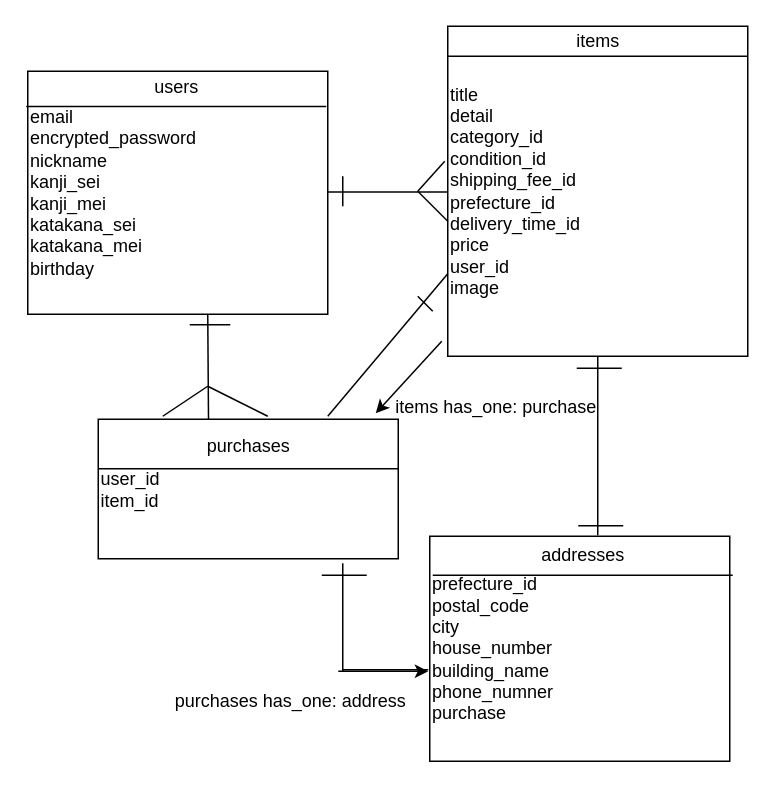
This is furima.dio from Rei-A-38/furima-33026, a draw.io file, before an edit. Source tidied: cells renumbered, new cells numbered last; positions are measured from the earlier drawing's top-left corner, leaving out a move shared by most shapes. Both pictures are drawn from the tidied source at 150%, with x=0, y=0 at pixel (26, 26).
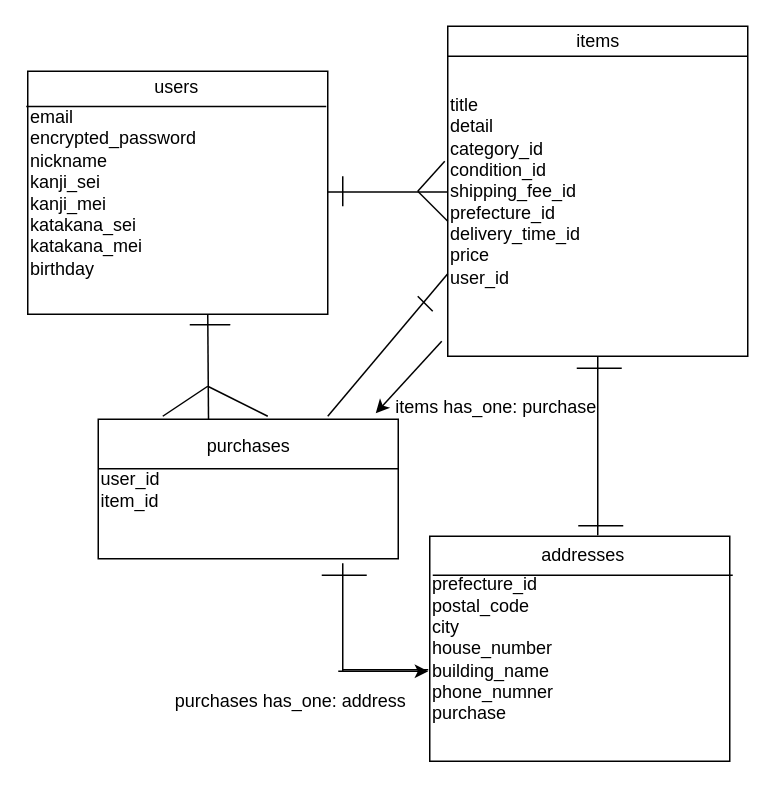
After the change.

Diff of the diagram source:
```diff
@@
-    <mxCell id="3" value="title&lt;br&gt;detail&lt;br&gt;category_id&lt;br&gt;condition_id&lt;br&gt;shipping_fee_id&lt;br&gt;prefecture_id&lt;br&gt;delivery_time_id&lt;br&gt;price&lt;br&gt;user_id&lt;br&gt;image" style="whiteSpace=wrap;html=1;fillColor=none;align=left;" parent="1" vertex="1">
+    <mxCell id="3" value="title&lt;br&gt;detail&lt;br&gt;category_id&lt;br&gt;condition_id&lt;br&gt;shipping_fee_id&lt;br&gt;prefecture_id&lt;br&gt;delivery_time_id&lt;br&gt;price&lt;br&gt;user_id&lt;br&gt;" style="whiteSpace=wrap;html=1;fillColor=none;align=left;" parent="1" vertex="1">
       <mxGeometry x="281" width="200" height="220" as="geometry" />
     </mxCell>
```
